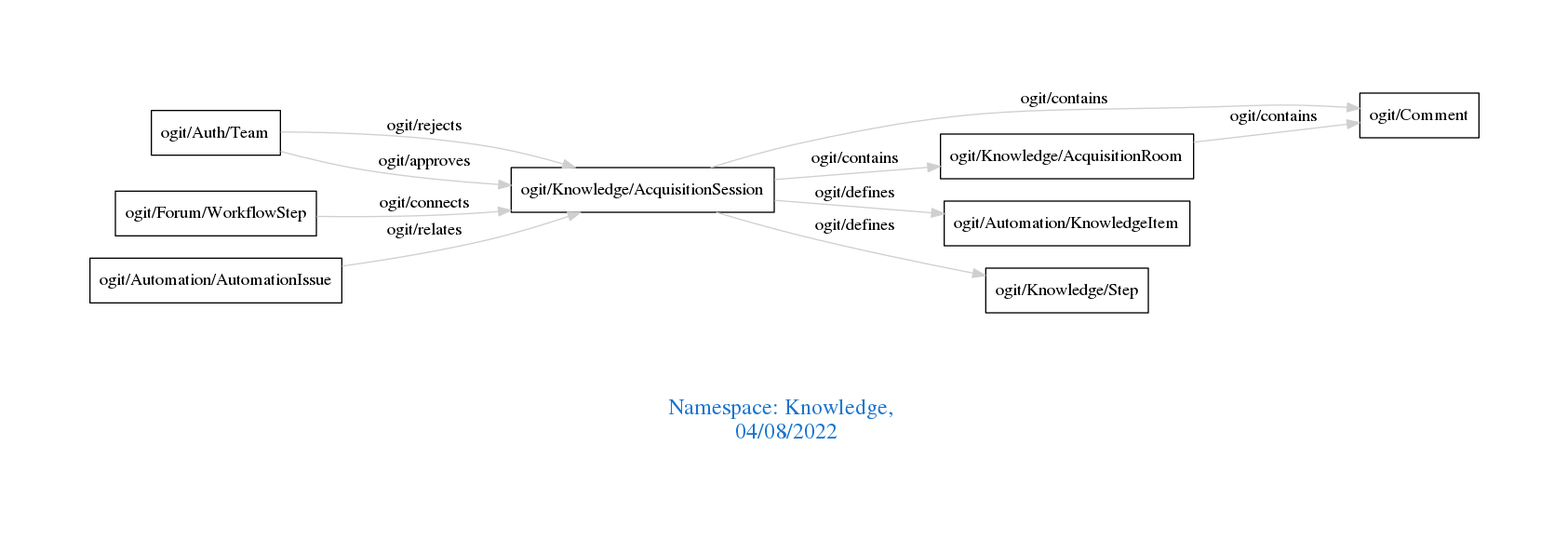
arago/OGIT keeps this Graphviz diagram as downloads/Knowledge.png. Above is the earlier version. Its source is kept beside it as downloads/Knowledge.dot.
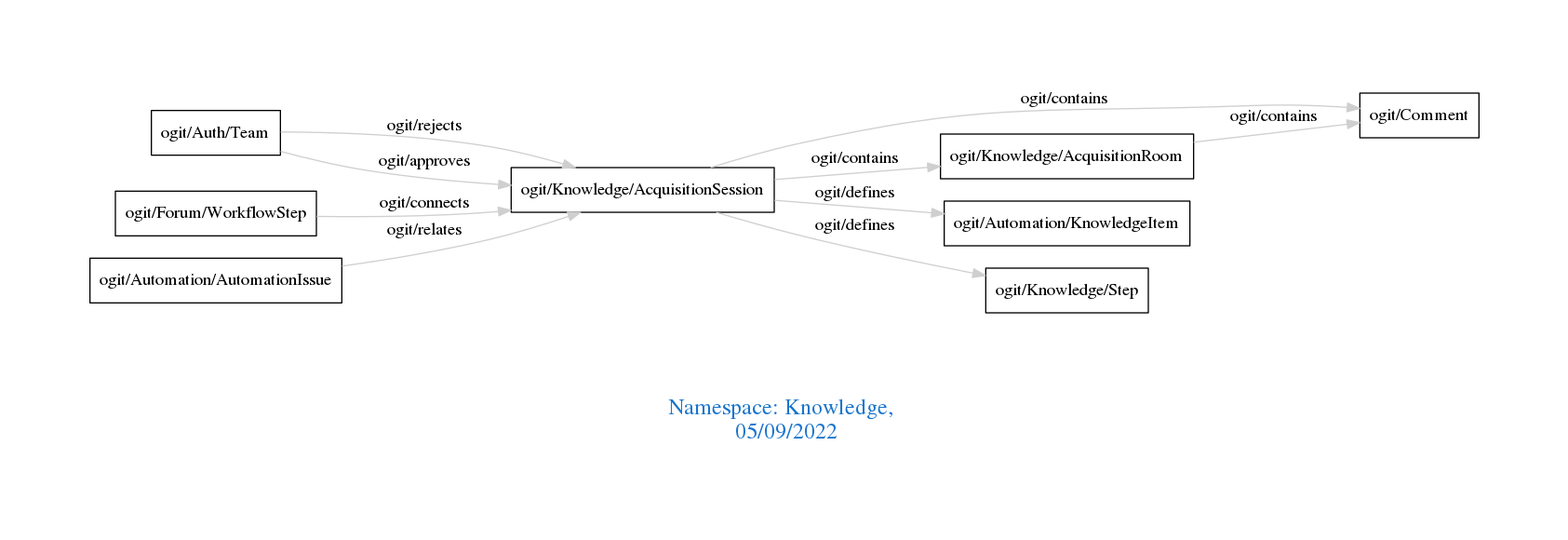
The same file after the commit.

Change to the diagram source:
```diff
@@ -1,7 +1,7 @@
 digraph OGIT_ontology {
  graph [ rankdir= LR,pad=1
 fontsize = 18,
-fontcolor= dodgerblue3,label = "\n\n\nNamespace: Knowledge, \n 04/08/2022"];
+fontcolor= dodgerblue3,label = "\n\n\nNamespace: Knowledge, \n 05/09/2022"];
 node[shape=polygon];
 edge [  color="gray81"];
 
```
